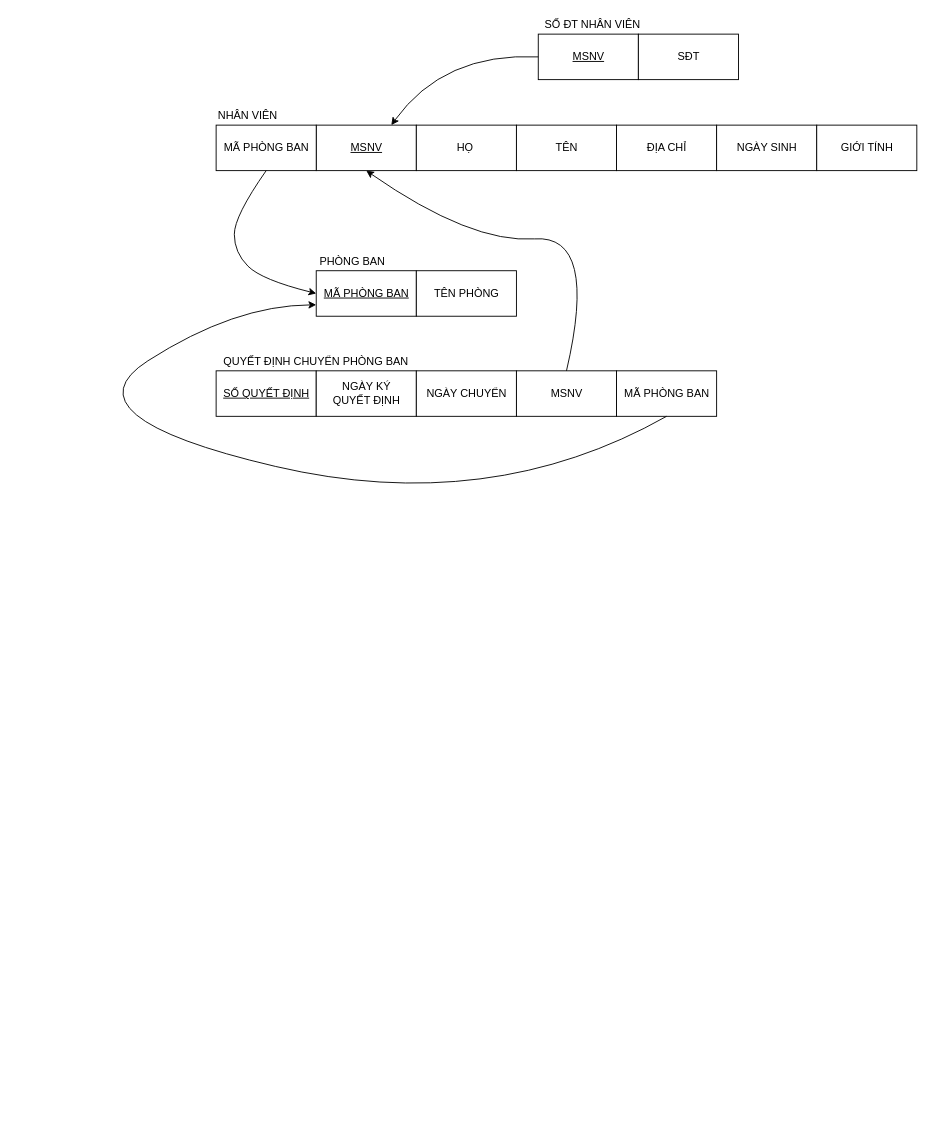
Before: page "Page-1" (1 of 2) of ERD.drawio in QuangHuy2201/CSDL, a draw.io diagram. Source tidied: cells renumbered, new cells numbered last; positions are measured from the earlier drawing's top-left corner, leaving out a move shared by most shapes. Both pictures are drawn from the tidied source at 91%, with x=0, y=0 at pixel (61, 15).
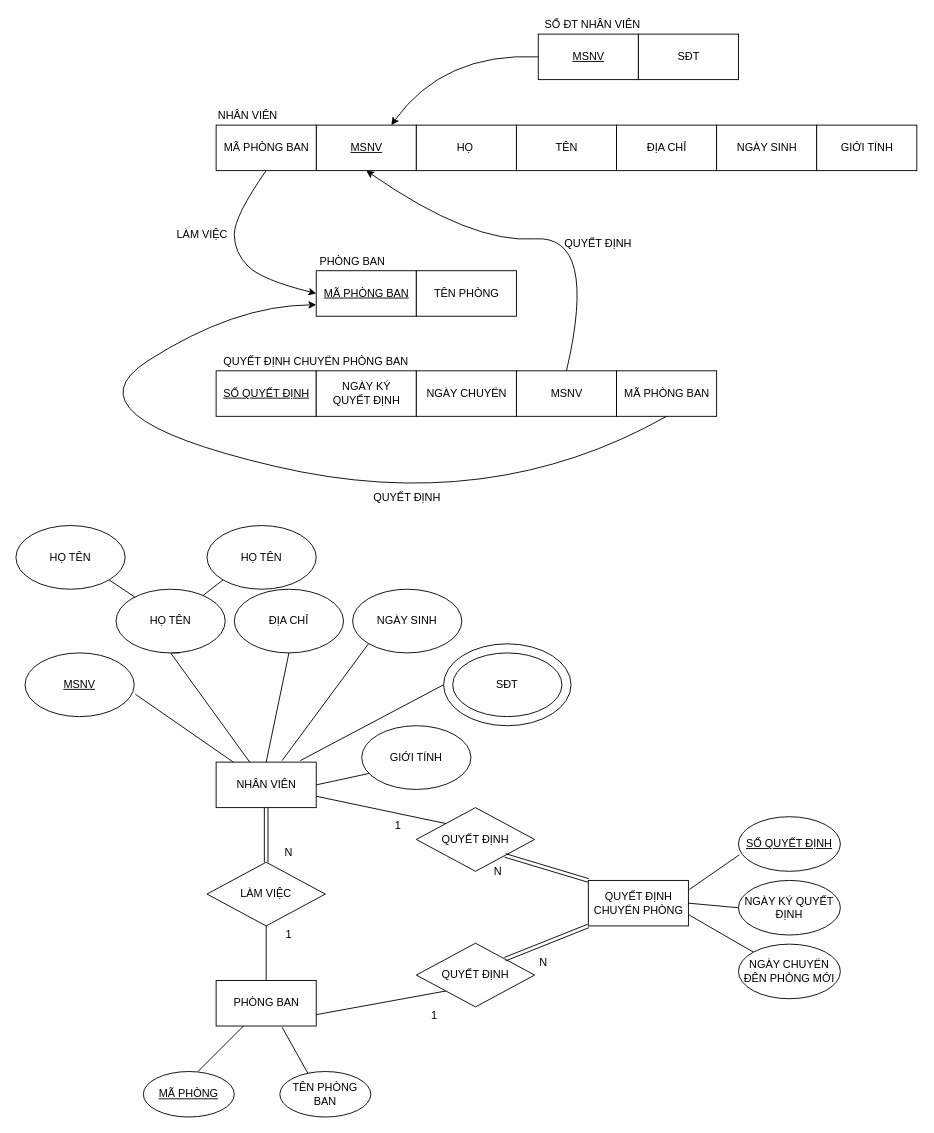
After the change.

The edit, as a diff of the source:
```diff
@@
+    <mxCell id="26" value="LÀM VIỆC" style="text;html=1;strokeColor=none;fillColor=none;align=center;verticalAlign=middle;whiteSpace=wrap;rounded=0;" parent="1" vertex="1">
+      <mxGeometry x="120" y="230" width="70" height="20" as="geometry" />
+    </mxCell>
+    <mxCell id="27" value="QUYẾT ĐỊNH" style="text;html=1;strokeColor=none;fillColor=none;align=center;verticalAlign=middle;whiteSpace=wrap;rounded=0;" parent="1" vertex="1">
+      <mxGeometry x="540" y="240" width="100" height="20" as="geometry" />
+    </mxCell>
+    <mxCell id="28" value="QUYẾT ĐỊNH" style="text;html=1;strokeColor=none;fillColor=none;align=center;verticalAlign=middle;whiteSpace=wrap;rounded=0;" parent="1" vertex="1">
+      <mxGeometry x="330" y="520" width="100" height="20" as="geometry" />
+    </mxCell>
+    <mxCell id="29" value="NHÂN VIÊN" style="html=1;" parent="1" vertex="1">
+      <mxGeometry x="170" y="820" width="110" height="50" as="geometry" />
+    </mxCell>
+    <mxCell id="30" value="&lt;u&gt;MSNV&lt;/u&gt;" style="ellipse;whiteSpace=wrap;html=1;" parent="1" vertex="1">
+      <mxGeometry x="-40" y="700" width="120" height="70" as="geometry" />
+    </mxCell>
+    <mxCell id="31" style="edgeStyle=orthogonalEdgeStyle;rounded=0;jettySize=auto;html=1;exitX=0.5;exitY=1;exitDx=0;exitDy=0;" parent="1" edge="1" source="32">
+      <mxGeometry relative="1" as="geometry">
+        <mxPoint x="130" y="690" as="targetPoint" />
+      </mxGeometry>
+    </mxCell>
+    <mxCell id="32" value="HỌ TÊN" style="ellipse;whiteSpace=wrap;html=1;" parent="1" vertex="1">
+      <mxGeometry x="60" y="630" width="120" height="70" as="geometry" />
+    </mxCell>
+    <mxCell id="33" value="HỌ TÊN" style="ellipse;whiteSpace=wrap;html=1;" parent="1" vertex="1">
+      <mxGeometry x="-50" y="560" width="120" height="70" as="geometry" />
+    </mxCell>
+    <mxCell id="34" value="HỌ TÊN" style="ellipse;whiteSpace=wrap;html=1;" parent="1" vertex="1">
+      <mxGeometry x="160" y="560" width="120" height="70" as="geometry" />
+    </mxCell>
+    <mxCell id="35" style="endArrow=none;html=1;entryX=1;entryY=1;entryDx=0;entryDy=0;" parent="1" edge="1" source="32" target="33">
+      <mxGeometry relative="1" as="geometry" />
+    </mxCell>
+    <mxCell id="36" style="endArrow=none;html=1;entryX=0;entryY=1;entryDx=0;entryDy=0;" parent="1" edge="1" source="32" target="34">
+      <mxGeometry relative="1" as="geometry" />
+    </mxCell>
+    <mxCell id="37" value="ĐỊA CHỈ" style="ellipse;whiteSpace=wrap;html=1;" parent="1" vertex="1">
+      <mxGeometry x="190" y="630" width="120" height="70" as="geometry" />
+    </mxCell>
+    <mxCell id="38" value="GIỚI TÍNH" style="ellipse;whiteSpace=wrap;html=1;" parent="1" vertex="1">
+      <mxGeometry x="330" y="780" width="120" height="70" as="geometry" />
+    </mxCell>
+    <mxCell id="39" value="NGÀY SINH" style="ellipse;whiteSpace=wrap;html=1;" parent="1" vertex="1">
+      <mxGeometry x="320" y="630" width="120" height="70" as="geometry" />
+    </mxCell>
+    <mxCell id="40" value="SĐT" style="ellipse;whiteSpace=wrap;html=1;" parent="1" vertex="1">
+      <mxGeometry x="430" y="700" width="120" height="70" as="geometry" />
+    </mxCell>
+    <mxCell id="41" style="ellipse;whiteSpace=wrap;html=1;fillColor=none;" parent="1" vertex="1">
+      <mxGeometry x="420" y="690" width="140" height="90" as="geometry" />
+    </mxCell>
+    <mxCell id="42" style="endArrow=none;html=1;entryX=0.5;entryY=1;entryDx=0;entryDy=0;exitX=0.5;exitY=0;exitDx=0;exitDy=0;" parent="1" edge="1" source="29" target="37">
+      <mxGeometry relative="1" as="geometry" />
+    </mxCell>
+    <mxCell id="43" style="endArrow=none;html=1;entryX=1.011;entryY=0.649;entryDx=0;entryDy=0;entryPerimeter=0;" parent="1" edge="1" source="29" target="30">
+      <mxGeometry relative="1" as="geometry" />
+    </mxCell>
+    <mxCell id="44" style="endArrow=none;html=1;entryX=0;entryY=1;entryDx=0;entryDy=0;exitX=0.659;exitY=-0.033;exitDx=0;exitDy=0;exitPerimeter=0;" parent="1" edge="1" source="29" target="39">
+      <mxGeometry relative="1" as="geometry" />
+    </mxCell>
+    <mxCell id="45" style="endArrow=none;html=1;entryX=0.065;entryY=0.75;entryDx=0;entryDy=0;entryPerimeter=0;exitX=1;exitY=0.5;exitDx=0;exitDy=0;" parent="1" edge="1" source="29" target="38">
+      <mxGeometry relative="1" as="geometry" />
+    </mxCell>
+    <mxCell id="46" style="endArrow=none;html=1;entryX=0.5;entryY=1;entryDx=0;entryDy=0;" parent="1" edge="1" source="29" target="32">
+      <mxGeometry relative="1" as="geometry" />
+    </mxCell>
+    <mxCell id="47" style="endArrow=none;html=1;entryX=0;entryY=0.5;entryDx=0;entryDy=0;exitX=0.841;exitY=-0.033;exitDx=0;exitDy=0;exitPerimeter=0;" parent="1" edge="1" source="29" target="41">
+      <mxGeometry relative="1" as="geometry" />
+    </mxCell>
+    <mxCell id="48" value="LÀM VIỆC" style="rhombus;whiteSpace=wrap;html=1;fillColor=none;" parent="1" vertex="1">
+      <mxGeometry x="160" y="930" width="130" height="70" as="geometry" />
+    </mxCell>
+    <mxCell id="49" style="shape=link;html=1;entryX=0.5;entryY=1;entryDx=0;entryDy=0;exitX=0.5;exitY=0;exitDx=0;exitDy=0;" parent="1" edge="1" source="48" target="29">
+      <mxGeometry relative="1" as="geometry" />
+    </mxCell>
+    <mxCell id="50" value="PHÒNG BAN" style="html=1;fillColor=none;" parent="1" vertex="1">
+      <mxGeometry x="170" y="1060" width="110" height="50" as="geometry" />
+    </mxCell>
+    <mxCell id="51" style="endArrow=none;html=1;entryX=0.5;entryY=1;entryDx=0;entryDy=0;exitX=0.5;exitY=0;exitDx=0;exitDy=0;" parent="1" edge="1" source="50" target="48">
+      <mxGeometry relative="1" as="geometry" />
+    </mxCell>
+    <mxCell id="52" value="&lt;u&gt;MÃ PHÒNG&lt;/u&gt;" style="ellipse;whiteSpace=wrap;html=1;fillColor=none;" parent="1" vertex="1">
+      <mxGeometry x="90" y="1160" width="100" height="50" as="geometry" />
+    </mxCell>
+    <mxCell id="53" value="TÊN PHÒNG BAN" style="ellipse;whiteSpace=wrap;html=1;fillColor=none;" parent="1" vertex="1">
+      <mxGeometry x="240" y="1160" width="100" height="50" as="geometry" />
+    </mxCell>
+    <mxCell id="54" style="endArrow=none;html=1;" parent="1" edge="1">
+      <mxGeometry relative="1" as="geometry">
+        <mxPoint x="150" y="1160" as="sourcePoint" />
+        <mxPoint x="200" y="1110" as="targetPoint" />
+      </mxGeometry>
+    </mxCell>
+    <mxCell id="55" style="endArrow=none;html=1;entryX=0.659;entryY=1.026;entryDx=0;entryDy=0;entryPerimeter=0;exitX=0.308;exitY=0.038;exitDx=0;exitDy=0;exitPerimeter=0;" parent="1" edge="1" source="53" target="50">
+      <mxGeometry relative="1" as="geometry" />
+    </mxCell>
+    <mxCell id="56" value="N" style="text;html=1;strokeColor=none;fillColor=none;align=center;verticalAlign=middle;whiteSpace=wrap;rounded=0;" parent="1" vertex="1">
+      <mxGeometry x="230" y="910" width="40" height="20" as="geometry" />
+    </mxCell>
+    <mxCell id="57" value="1" style="text;html=1;strokeColor=none;fillColor=none;align=center;verticalAlign=middle;whiteSpace=wrap;rounded=0;" parent="1" vertex="1">
+      <mxGeometry x="230" y="1000" width="40" height="20" as="geometry" />
+    </mxCell>
+    <mxCell id="58" value="QUYẾT ĐỊNH&lt;br&gt;CHUYỂN PHÒNG" style="html=1;fillColor=none;" parent="1" vertex="1">
+      <mxGeometry x="579" y="950" width="110" height="50" as="geometry" />
+    </mxCell>
+    <mxCell id="59" value="&lt;u&gt;SỐ QUYẾT ĐỊNH&lt;/u&gt;" style="ellipse;whiteSpace=wrap;html=1;fillColor=none;" parent="1" vertex="1">
+      <mxGeometry x="744" y="880" width="112" height="60" as="geometry" />
+    </mxCell>
+    <mxCell id="60" value="NGÀY KÝ QUYẾT ĐỊNH" style="ellipse;whiteSpace=wrap;html=1;fillColor=none;" parent="1" vertex="1">
+      <mxGeometry x="744" y="950" width="112" height="60" as="geometry" />
+    </mxCell>
+    <mxCell id="61" value="NGÀY CHUYỂN ĐÊN PHÒNG MỚI" style="ellipse;whiteSpace=wrap;html=1;fillColor=none;" parent="1" vertex="1">
+      <mxGeometry x="744" y="1020" width="112" height="60" as="geometry" />
+    </mxCell>
+    <mxCell id="62" style="endArrow=none;html=1;entryX=0.008;entryY=0.698;entryDx=0;entryDy=0;entryPerimeter=0;" parent="1" edge="1" target="59">
+      <mxGeometry relative="1" as="geometry">
+        <mxPoint x="690" y="960" as="sourcePoint" />
+      </mxGeometry>
+    </mxCell>
+    <mxCell id="63" style="endArrow=none;html=1;entryX=0;entryY=0.5;entryDx=0;entryDy=0;exitX=1;exitY=0.5;exitDx=0;exitDy=0;" parent="1" edge="1" source="58" target="60">
+      <mxGeometry relative="1" as="geometry" />
+    </mxCell>
+    <mxCell id="64" style="endArrow=none;html=1;entryX=1;entryY=0.75;entryDx=0;entryDy=0;exitX=0;exitY=0;exitDx=0;exitDy=0;" parent="1" edge="1" source="61" target="58">
+      <mxGeometry relative="1" as="geometry" />
+    </mxCell>
+    <mxCell id="65" value="QUYẾT ĐỊNH" style="rhombus;whiteSpace=wrap;html=1;fillColor=none;" parent="1" vertex="1">
+      <mxGeometry x="390" y="870" width="130" height="70" as="geometry" />
+    </mxCell>
+    <mxCell id="66" value="QUYẾT ĐỊNH" style="rhombus;whiteSpace=wrap;html=1;fillColor=none;" parent="1" vertex="1">
+      <mxGeometry x="390" y="1019" width="130" height="70" as="geometry" />
+    </mxCell>
+    <mxCell id="67" style="shape=link;html=1;entryX=0;entryY=0;entryDx=0;entryDy=0;exitX=1;exitY=1;exitDx=0;exitDy=0;" parent="1" edge="1" source="65" target="58">
+      <mxGeometry relative="1" as="geometry" />
+    </mxCell>
+    <mxCell id="68" style="shape=link;html=1;entryX=0;entryY=1;entryDx=0;entryDy=0;exitX=1;exitY=0;exitDx=0;exitDy=0;" parent="1" edge="1" source="66" target="58">
+      <mxGeometry relative="1" as="geometry" />
+    </mxCell>
+    <mxCell id="69" style="endArrow=none;html=1;entryX=1;entryY=0.75;entryDx=0;entryDy=0;exitX=0;exitY=0;exitDx=0;exitDy=0;" parent="1" edge="1" source="65" target="29">
+      <mxGeometry relative="1" as="geometry" />
+    </mxCell>
+    <mxCell id="70" style="endArrow=none;html=1;entryX=1;entryY=0.75;entryDx=0;entryDy=0;exitX=0;exitY=1;exitDx=0;exitDy=0;" parent="1" edge="1" source="66" target="50">
+      <mxGeometry relative="1" as="geometry" />
+    </mxCell>
+    <mxCell id="71" value="1" style="text;html=1;strokeColor=none;fillColor=none;align=center;verticalAlign=middle;whiteSpace=wrap;rounded=0;" parent="1" vertex="1">
+      <mxGeometry x="350" y="880" width="40" height="20" as="geometry" />
+    </mxCell>
+    <mxCell id="72" value="1" style="text;html=1;strokeColor=none;fillColor=none;align=center;verticalAlign=middle;whiteSpace=wrap;rounded=0;" parent="1" vertex="1">
+      <mxGeometry x="390" y="1089" width="40" height="20" as="geometry" />
+    </mxCell>
+    <mxCell id="73" value="N" style="text;html=1;strokeColor=none;fillColor=none;align=center;verticalAlign=middle;whiteSpace=wrap;rounded=0;" parent="1" vertex="1">
+      <mxGeometry x="510" y="1030" width="40" height="20" as="geometry" />
+    </mxCell>
+    <mxCell id="74" value="N" style="text;html=1;strokeColor=none;fillColor=none;align=center;verticalAlign=middle;whiteSpace=wrap;rounded=0;" parent="1" vertex="1">
+      <mxGeometry x="460" y="930" width="40" height="20" as="geometry" />
+    </mxCell>
```
